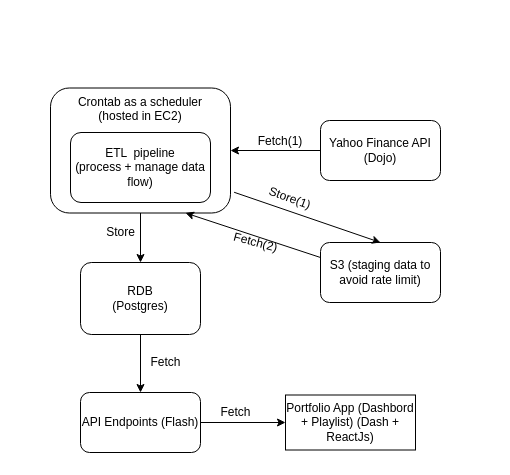
The draw.io diagram backend/architectures/Stock dashboard architecture.drawio in dungngo99/nyse-stock-dashboard, before the edit. Source tidied: cells renumbered, new cells numbered last; positions are measured from the earlier drawing's top-left corner, leaving out a move shared by most shapes. Both pictures are drawn from the tidied source at 100%, with x=0, y=0 at pixel (50, 88).
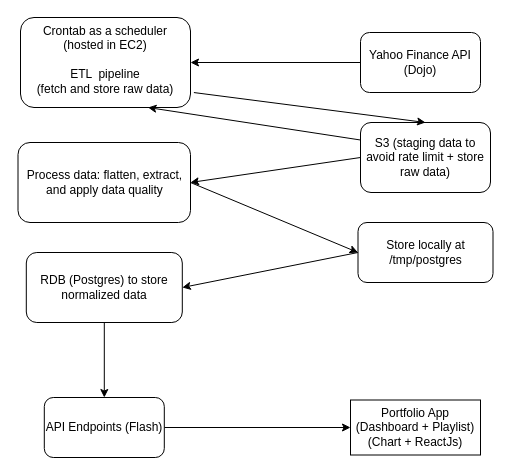
The same page after the edit.

What changed in the source:
```diff
@@
-    <mxCell id="2" value="Crontab as a scheduler &lt;br&gt;(hosted in EC2)" style="rounded=1;whiteSpace=wrap;html=1;align=center;verticalAlign=top;" parent="1" vertex="1">
-      <mxGeometry y="-0.5" width="180" height="125" as="geometry" />
+    <mxCell id="2" value="Crontab as a scheduler &lt;br&gt;(hosted in EC2)&lt;br&gt;&lt;br&gt;ETL &amp;nbsp;pipeline&lt;br&gt;(fetch and store raw data)" style="rounded=1;whiteSpace=wrap;html=1;align=center;verticalAlign=top;" parent="1" vertex="1">
+      <mxGeometry x="-30" y="-71" width="170" height="90" as="geometry" />
     </mxCell>
@@
-    <mxCell id="4" value="RDB &lt;br&gt;(Postgres)" style="rounded=1;whiteSpace=wrap;html=1;" parent="1" vertex="1">
-      <mxGeometry x="30" y="174" width="120" height="72" as="geometry" />
+    <mxCell id="4" value="RDB (Postgres) to store normalized data" style="rounded=1;whiteSpace=wrap;html=1;" parent="1" vertex="1">
+      <mxGeometry x="-24.2" y="164" width="156" height="70" as="geometry" />
     </mxCell>
-    <mxCell id="5" value="ETL &amp;nbsp;pipeline &lt;br&gt;(process + manage data flow)" style="rounded=1;whiteSpace=wrap;html=1;" parent="1" vertex="1">
-      <mxGeometry x="20" y="44" width="140" height="70" as="geometry" />
-    </mxCell>
     <mxCell id="6" value="Yahoo Finance API (Dojo)" style="rounded=1;whiteSpace=wrap;html=1;" parent="1" vertex="1">
-      <mxGeometry x="270" y="32" width="120" height="60" as="geometry" />
+      <mxGeometry x="310" y="-56" width="120" height="60" as="geometry" />
     </mxCell>
+    <mxCell id="21" style="edgeStyle=none;html=1;exitX=0;exitY=0.5;exitDx=0;exitDy=0;entryX=1;entryY=0.5;entryDx=0;entryDy=0;" parent="1" edge="1" source="7" target="23">
+      <mxGeometry relative="1" as="geometry" />
+    </mxCell>
-    <mxCell id="7" value="S3 (staging data to avoid rate limit)" style="rounded=1;whiteSpace=wrap;html=1;" parent="1" vertex="1">
-      <mxGeometry x="270" y="154" width="120" height="60" as="geometry" />
+    <mxCell id="7" value="S3 (staging data to avoid rate limit + store raw data)" style="rounded=1;whiteSpace=wrap;html=1;" parent="1" vertex="1">
+      <mxGeometry x="310" y="34" width="130" height="70" as="geometry" />
     </mxCell>
@@
-    <mxCell id="9" value="Fetch(1)" style="text;html=1;strokeColor=none;fillColor=none;align=center;verticalAlign=middle;whiteSpace=wrap;rounded=0;" parent="1" vertex="1">
-      <mxGeometry x="200" y="38" width="60" height="30" as="geometry" />
-    </mxCell>
@@
-    <mxCell id="12" value="Store(1)" style="text;html=1;strokeColor=none;fillColor=none;align=center;verticalAlign=middle;whiteSpace=wrap;rounded=0;rotation=20;" parent="1" vertex="1">
-      <mxGeometry x="210" y="94.5" width="60" height="30" as="geometry" />
-    </mxCell>
-    <mxCell id="13" value="Fetch(2)" style="text;html=1;align=center;verticalAlign=middle;strokeColor=none;fillColor=none;rotation=15;" parent="1" vertex="1">
-      <mxGeometry x="175" y="144" width="60" height="20" as="geometry" />
-    </mxCell>
-    <mxCell id="14" style="endArrow=classic;html=1;rounded=0;exitX=0.5;exitY=1;exitDx=0;exitDy=0;entryX=0.5;entryY=0;entryDx=0;entryDy=0;" parent="1" edge="1" source="2" target="4">
-      <mxGeometry relative="1" as="geometry" />
-    </mxCell>
-    <mxCell id="15" value="Store" style="text;html=1;align=center;verticalAlign=middle;strokeColor=none;fillColor=none;" parent="1" vertex="1">
-      <mxGeometry x="50" y="134" width="40" height="20" as="geometry" />
-    </mxCell>
-    <mxCell id="16" value="Portfolio App (Dashbord + Playlist) (Dash + ReactJs)" style="rounded=0;whiteSpace=wrap;html=1;" parent="1" vertex="1">
-      <mxGeometry x="235" y="306.5" width="130" height="55" as="geometry" />
+    <mxCell id="16" value="Portfolio App (Dashboard + Playlist) (Chart + ReactJs)" style="rounded=0;whiteSpace=wrap;html=1;" parent="1" vertex="1">
+      <mxGeometry x="300" y="311.5" width="130" height="55" as="geometry" />
     </mxCell>
@@
     <mxCell id="18" value="API Endpoints (Flash)" style="rounded=1;whiteSpace=wrap;html=1;" parent="1" vertex="1">
-      <mxGeometry x="30" y="304" width="120" height="60" as="geometry" />
+      <mxGeometry x="-6.2" y="309" width="120" height="60" as="geometry" />
     </mxCell>
-    <mxCell id="19" value="Fetch" style="text;html=1;align=center;verticalAlign=middle;strokeColor=none;fillColor=none;" parent="1" vertex="1">
-      <mxGeometry x="90" y="264" width="50" height="20" as="geometry" />
-    </mxCell>
-    <mxCell id="20" value="Fetch" style="text;html=1;align=center;verticalAlign=middle;strokeColor=none;fillColor=none;" parent="1" vertex="1">
-      <mxGeometry x="160" y="314" width="50" height="20" as="geometry" />
-    </mxCell>
+    <mxCell id="22" style="edgeStyle=none;html=1;exitX=1;exitY=0.5;exitDx=0;exitDy=0;entryX=0;entryY=0.5;entryDx=0;entryDy=0;" parent="1" edge="1" source="23" target="25">
+      <mxGeometry relative="1" as="geometry" />
+    </mxCell>
+    <mxCell id="23" value="Process data: flatten, extract, and apply data quality" style="rounded=1;whiteSpace=wrap;html=1;" parent="1" vertex="1">
+      <mxGeometry x="-32.5" y="54" width="172.5" height="80" as="geometry" />
+    </mxCell>
+    <mxCell id="24" style="edgeStyle=none;html=1;entryX=1;entryY=0.5;entryDx=0;entryDy=0;exitX=0;exitY=0.5;exitDx=0;exitDy=0;" parent="1" edge="1" source="25" target="4">
+      <mxGeometry relative="1" as="geometry" />
+    </mxCell>
+    <mxCell id="25" value="Store locally at /tmp/postgres" style="rounded=1;whiteSpace=wrap;html=1;" parent="1" vertex="1">
+      <mxGeometry x="307.5" y="134" width="135" height="60" as="geometry" />
+    </mxCell>
```
